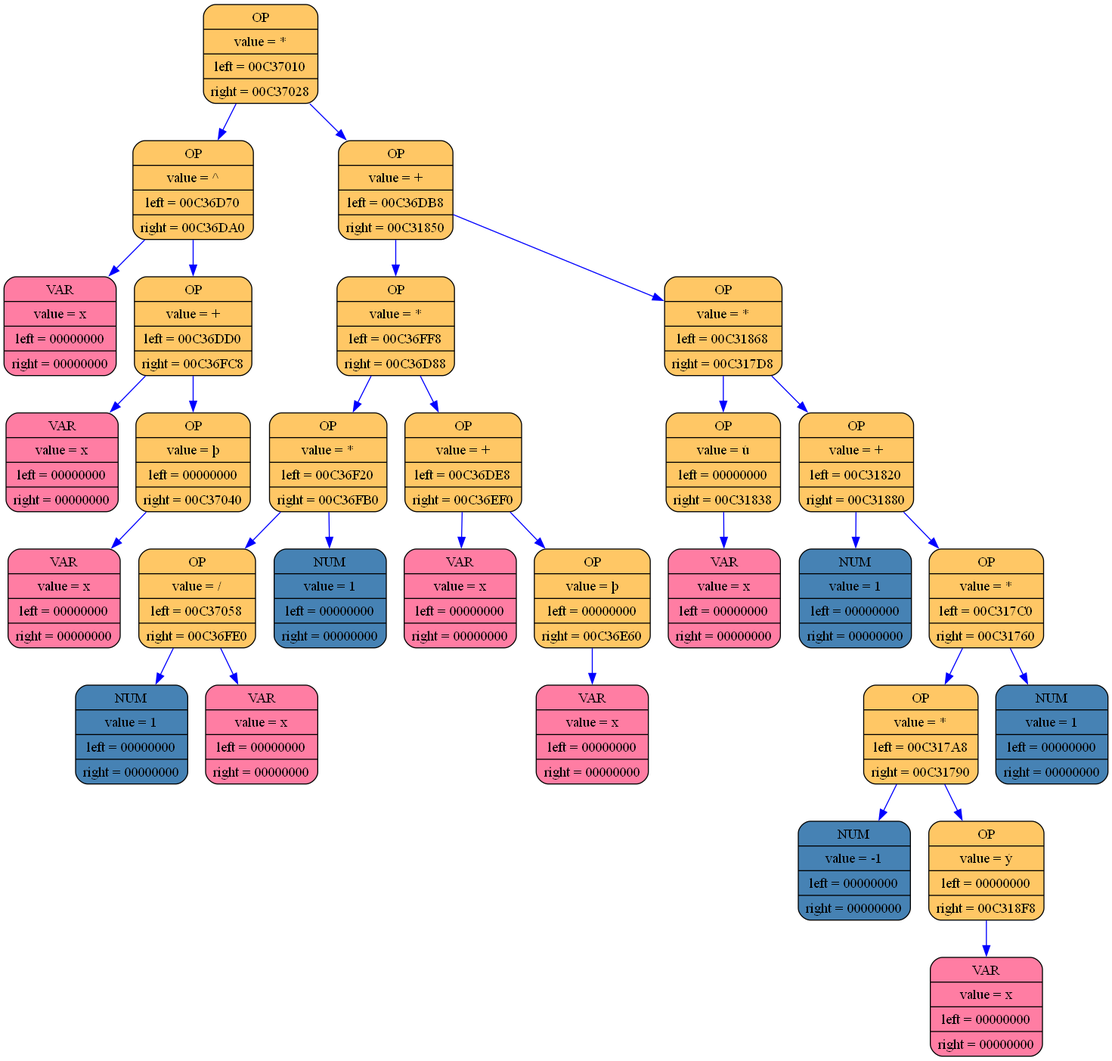
aywert/DIFFERENCIATOR keeps this Graphviz diagram as log_folder_differenciator/differenciator_graph.png. Above is the earlier version. Its source is kept beside it as log_folder_differenciator/differenciator_graph.dot.
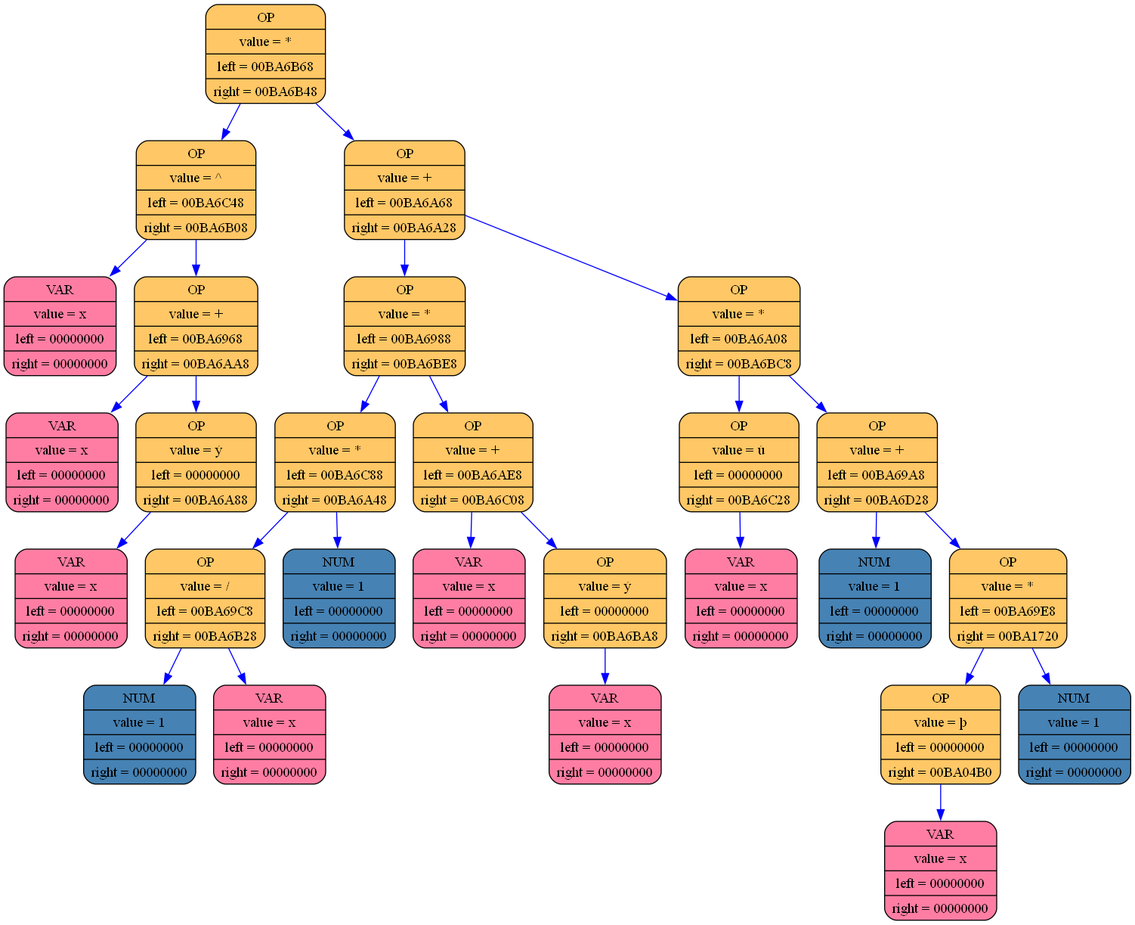
After the change.

The edit, as a diff of the source:
```diff
@@ -1,61 +1,57 @@
 digraph list
 {
 rankdir=HR;
-	12807684 [shape = Mrecord; style = filled; fillcolor="#ffc765"; color = "#000000"; fontcolor = "#000000"; label = "{ OP | value = * | left = 00C37010| right = 00C37028}"];
-	12807684 -> 12808212 [color="blue"]
-	12808212 [shape = Mrecord; style = filled; fillcolor="#ffc765"; color = "#000000"; fontcolor = "#000000"; label = "{ OP | value = ^ | left = 00C36D70| right = 00C36DA0}"];
-	12808212 -> 12807540 [color="blue"]
-	12807540 [shape = Mrecord; style = filled; fillcolor="#ff7da3"; color = "#000000"; fontcolor = "#000000"; label = "{ VAR | value = x | left = 00000000| right = 00000000}"];
-	12808212 -> 12807588 [color="blue"]
-	12807588 [shape = Mrecord; style = filled; fillcolor="#ffc765"; color = "#000000"; fontcolor = "#000000"; label = "{ OP | value = + | left = 00C36DD0| right = 00C36FC8}"];
-	12807588 -> 12807636 [color="blue"]
-	12807636 [shape = Mrecord; style = filled; fillcolor="#ff7da3"; color = "#000000"; fontcolor = "#000000"; label = "{ VAR | value = x | left = 00000000| right = 00000000}"];
-	12807588 -> 12808140 [color="blue"]
-	12808140 [shape = Mrecord; style = filled; fillcolor="#ffc765"; color = "#000000"; fontcolor = "#000000"; label = "{ OP | value = þ | left = 00000000| right = 00C37040}"];
-	12808140 -> 12808260 [color="blue"]
-	12808260 [shape = Mrecord; style = filled; fillcolor="#ff7da3"; color = "#000000"; fontcolor = "#000000"; label = "{ VAR | value = x | left = 00000000| right = 00000000}"];
-	12807684 -> 12808236 [color="blue"]
-	12808236 [shape = Mrecord; style = filled; fillcolor="#ffc765"; color = "#000000"; fontcolor = "#000000"; label = "{ OP | value = + | left = 00C36DB8| right = 00C31850}"];
-	12808236 -> 12807612 [color="blue"]
-	12807612 [shape = Mrecord; style = filled; fillcolor="#ffc765"; color = "#000000"; fontcolor = "#000000"; label = "{ OP | value = * | left = 00C36FF8| right = 00C36D88}"];
-	12807612 -> 12808188 [color="blue"]
-	12808188 [shape = Mrecord; style = filled; fillcolor="#ffc765"; color = "#000000"; fontcolor = "#000000"; label = "{ OP | value = * | left = 00C36F20| right = 00C36FB0}"];
-	12808188 -> 12807972 [color="blue"]
-	12807972 [shape = Mrecord; style = filled; fillcolor="#ffc765"; color = "#000000"; fontcolor = "#000000"; label = "{ OP | value = / | left = 00C37058| right = 00C36FE0}"];
-	12807972 -> 12808284 [color="blue"]
-	12808284 [shape = Mrecord; style = filled; fillcolor="#4682b4"; color = "#000000"; fontcolor = "#000000"; label = "{ NUM | value = 1 | left = 00000000| right = 00000000}"];
-	12807972 -> 12808164 [color="blue"]
-	12808164 [shape = Mrecord; style = filled; fillcolor="#ff7da3"; color = "#000000"; fontcolor = "#000000"; label = "{ VAR | value = x | left = 00000000| right = 00000000}"];
-	12808188 -> 12808116 [color="blue"]
-	12808116 [shape = Mrecord; style = filled; fillcolor="#4682b4"; color = "#000000"; fontcolor = "#000000"; label = "{ NUM | value = 1 | left = 00000000| right = 00000000}"];
-	12807612 -> 12807564 [color="blue"]
-	12807564 [shape = Mrecord; style = filled; fillcolor="#ffc765"; color = "#000000"; fontcolor = "#000000"; label = "{ OP | value = + | left = 00C36DE8| right = 00C36EF0}"];
-	12807564 -> 12807660 [color="blue"]
-	12807660 [shape = Mrecord; style = filled; fillcolor="#ff7da3"; color = "#000000"; fontcolor = "#000000"; label = "{ VAR | value = x | left = 00000000| right = 00000000}"];
-	12807564 -> 12807924 [color="blue"]
-	12807924 [shape = Mrecord; style = filled; fillcolor="#ffc765"; color = "#000000"; fontcolor = "#000000"; label = "{ OP | value = þ | left = 00000000| right = 00C36E60}"];
-	12807924 -> 12807780 [color="blue"]
-	12807780 [shape = Mrecord; style = filled; fillcolor="#ff7da3"; color = "#000000"; fontcolor = "#000000"; label = "{ VAR | value = x | left = 00000000| right = 00000000}"];
-	12808236 -> 12785748 [color="blue"]
-	12785748 [shape = Mrecord; style = filled; fillcolor="#ffc765"; color = "#000000"; fontcolor = "#000000"; label = "{ OP | value = * | left = 00C31868| right = 00C317D8}"];
-	12785748 -> 12785772 [color="blue"]
-	12785772 [shape = Mrecord; style = filled; fillcolor="#ffc765"; color = "#000000"; fontcolor = "#000000"; label = "{ OP | value = ú | left = 00000000| right = 00C31838}"];
-	12785772 -> 12785724 [color="blue"]
-	12785724 [shape = Mrecord; style = filled; fillcolor="#ff7da3"; color = "#000000"; fontcolor = "#000000"; label = "{ VAR | value = x | left = 00000000| right = 00000000}"];
-	12785748 -> 12785628 [color="blue"]
-	12785628 [shape = Mrecord; style = filled; fillcolor="#ffc765"; color = "#000000"; fontcolor = "#000000"; label = "{ OP | value = + | left = 00C31820| right = 00C31880}"];
-	12785628 -> 12785700 [color="blue"]
-	12785700 [shape = Mrecord; style = filled; fillcolor="#4682b4"; color = "#000000"; fontcolor = "#000000"; label = "{ NUM | value = 1 | left = 00000000| right = 00000000}"];
-	12785628 -> 12785796 [color="blue"]
-	12785796 [shape = Mrecord; style = filled; fillcolor="#ffc765"; color = "#000000"; fontcolor = "#000000"; label = "{ OP | value = * | left = 00C317C0| right = 00C31760}"];
-	12785796 -> 12785604 [color="blue"]
-	12785604 [shape = Mrecord; style = filled; fillcolor="#ffc765"; color = "#000000"; fontcolor = "#000000"; label = "{ OP | value = * | left = 00C317A8| right = 00C31790}"];
-	12785604 -> 12785580 [color="blue"]
-	12785580 [shape = Mrecord; style = filled; fillcolor="#4682b4"; color = "#000000"; fontcolor = "#000000"; label = "{ NUM | value = -1 | left = 00000000| right = 00000000}"];
-	12785604 -> 12785556 [color="blue"]
-	12785556 [shape = Mrecord; style = filled; fillcolor="#ffc765"; color = "#000000"; fontcolor = "#000000"; label = "{ OP | value = ý | left = 00000000| right = 00C318F8}"];
-	12785556 -> 12785916 [color="blue"]
-	12785916 [shape = Mrecord; style = filled; fillcolor="#ff7da3"; color = "#000000"; fontcolor = "#000000"; label = "{ VAR | value = x | left = 00000000| right = 00000000}"];
-	12785796 -> 12785508 [color="blue"]
-	12785508 [shape = Mrecord; style = filled; fillcolor="#4682b4"; color = "#000000"; fontcolor = "#000000"; label = "{ NUM | value = 1 | left = 00000000| right = 00000000}"];
+	12217232 [shape = Mrecord; style = filled; fillcolor="#ffc765"; color = "#000000"; fontcolor = "#000000"; label = "{ OP | value = * | left = 00BA6B68| right = 00BA6B48}"];
+	12217232 -> 12217200 [color="blue"]
+	12217200 [shape = Mrecord; style = filled; fillcolor="#ffc765"; color = "#000000"; fontcolor = "#000000"; label = "{ OP | value = ^ | left = 00BA6C48| right = 00BA6B08}"];
+	12217200 -> 12217424 [color="blue"]
+	12217424 [shape = Mrecord; style = filled; fillcolor="#ff7da3"; color = "#000000"; fontcolor = "#000000"; label = "{ VAR | value = x | left = 00000000| right = 00000000}"];
+	12217200 -> 12217104 [color="blue"]
+	12217104 [shape = Mrecord; style = filled; fillcolor="#ffc765"; color = "#000000"; fontcolor = "#000000"; label = "{ OP | value = + | left = 00BA6968| right = 00BA6AA8}"];
+	12217104 -> 12216688 [color="blue"]
+	12216688 [shape = Mrecord; style = filled; fillcolor="#ff7da3"; color = "#000000"; fontcolor = "#000000"; label = "{ VAR | value = x | left = 00000000| right = 00000000}"];
+	12217104 -> 12217008 [color="blue"]
+	12217008 [shape = Mrecord; style = filled; fillcolor="#ffc765"; color = "#000000"; fontcolor = "#000000"; label = "{ OP | value = ý | left = 00000000| right = 00BA6A88}"];
+	12217008 -> 12216976 [color="blue"]
+	12216976 [shape = Mrecord; style = filled; fillcolor="#ff7da3"; color = "#000000"; fontcolor = "#000000"; label = "{ VAR | value = x | left = 00000000| right = 00000000}"];
+	12217232 -> 12217168 [color="blue"]
+	12217168 [shape = Mrecord; style = filled; fillcolor="#ffc765"; color = "#000000"; fontcolor = "#000000"; label = "{ OP | value = + | left = 00BA6A68| right = 00BA6A28}"];
+	12217168 -> 12216944 [color="blue"]
+	12216944 [shape = Mrecord; style = filled; fillcolor="#ffc765"; color = "#000000"; fontcolor = "#000000"; label = "{ OP | value = * | left = 00BA6988| right = 00BA6BE8}"];
+	12216944 -> 12216720 [color="blue"]
+	12216720 [shape = Mrecord; style = filled; fillcolor="#ffc765"; color = "#000000"; fontcolor = "#000000"; label = "{ OP | value = * | left = 00BA6C88| right = 00BA6A48}"];
+	12216720 -> 12217488 [color="blue"]
+	12217488 [shape = Mrecord; style = filled; fillcolor="#ffc765"; color = "#000000"; fontcolor = "#000000"; label = "{ OP | value = / | left = 00BA69C8| right = 00BA6B28}"];
+	12217488 -> 12216784 [color="blue"]
+	12216784 [shape = Mrecord; style = filled; fillcolor="#4682b4"; color = "#000000"; fontcolor = "#000000"; label = "{ NUM | value = 1 | left = 00000000| right = 00000000}"];
+	12217488 -> 12217136 [color="blue"]
+	12217136 [shape = Mrecord; style = filled; fillcolor="#ff7da3"; color = "#000000"; fontcolor = "#000000"; label = "{ VAR | value = x | left = 00000000| right = 00000000}"];
+	12216720 -> 12216912 [color="blue"]
+	12216912 [shape = Mrecord; style = filled; fillcolor="#4682b4"; color = "#000000"; fontcolor = "#000000"; label = "{ NUM | value = 1 | left = 00000000| right = 00000000}"];
+	12216944 -> 12217328 [color="blue"]
+	12217328 [shape = Mrecord; style = filled; fillcolor="#ffc765"; color = "#000000"; fontcolor = "#000000"; label = "{ OP | value = + | left = 00BA6AE8| right = 00BA6C08}"];
+	12217328 -> 12217072 [color="blue"]
+	12217072 [shape = Mrecord; style = filled; fillcolor="#ff7da3"; color = "#000000"; fontcolor = "#000000"; label = "{ VAR | value = x | left = 00000000| right = 00000000}"];
+	12217328 -> 12217360 [color="blue"]
+	12217360 [shape = Mrecord; style = filled; fillcolor="#ffc765"; color = "#000000"; fontcolor = "#000000"; label = "{ OP | value = ý | left = 00000000| right = 00BA6BA8}"];
+	12217360 -> 12217264 [color="blue"]
+	12217264 [shape = Mrecord; style = filled; fillcolor="#ff7da3"; color = "#000000"; fontcolor = "#000000"; label = "{ VAR | value = x | left = 00000000| right = 00000000}"];
+	12217168 -> 12216880 [color="blue"]
+	12216880 [shape = Mrecord; style = filled; fillcolor="#ffc765"; color = "#000000"; fontcolor = "#000000"; label = "{ OP | value = * | left = 00BA6A08| right = 00BA6BC8}"];
+	12216880 -> 12216848 [color="blue"]
+	12216848 [shape = Mrecord; style = filled; fillcolor="#ffc765"; color = "#000000"; fontcolor = "#000000"; label = "{ OP | value = ú | left = 00000000| right = 00BA6C28}"];
+	12216848 -> 12217392 [color="blue"]
+	12217392 [shape = Mrecord; style = filled; fillcolor="#ff7da3"; color = "#000000"; fontcolor = "#000000"; label = "{ VAR | value = x | left = 00000000| right = 00000000}"];
+	12216880 -> 12217296 [color="blue"]
+	12217296 [shape = Mrecord; style = filled; fillcolor="#ffc765"; color = "#000000"; fontcolor = "#000000"; label = "{ OP | value = + | left = 00BA69A8| right = 00BA6D28}"];
+	12217296 -> 12216752 [color="blue"]
+	12216752 [shape = Mrecord; style = filled; fillcolor="#4682b4"; color = "#000000"; fontcolor = "#000000"; label = "{ NUM | value = 1 | left = 00000000| right = 00000000}"];
+	12217296 -> 12217648 [color="blue"]
+	12217648 [shape = Mrecord; style = filled; fillcolor="#ffc765"; color = "#000000"; fontcolor = "#000000"; label = "{ OP | value = * | left = 00BA69E8| right = 00BA1720}"];
+	12217648 -> 12216816 [color="blue"]
+	12216816 [shape = Mrecord; style = filled; fillcolor="#ffc765"; color = "#000000"; fontcolor = "#000000"; label = "{ OP | value = þ | left = 00000000| right = 00BA04B0}"];
+	12216816 -> 12190904 [color="blue"]
+	12190904 [shape = Mrecord; style = filled; fillcolor="#ff7da3"; color = "#000000"; fontcolor = "#000000"; label = "{ VAR | value = x | left = 00000000| right = 00000000}"];
+	12217648 -> 12195624 [color="blue"]
+	12195624 [shape = Mrecord; style = filled; fillcolor="#4682b4"; color = "#000000"; fontcolor = "#000000"; label = "{ NUM | value = 1 | left = 00000000| right = 00000000}"];
 	}
```
